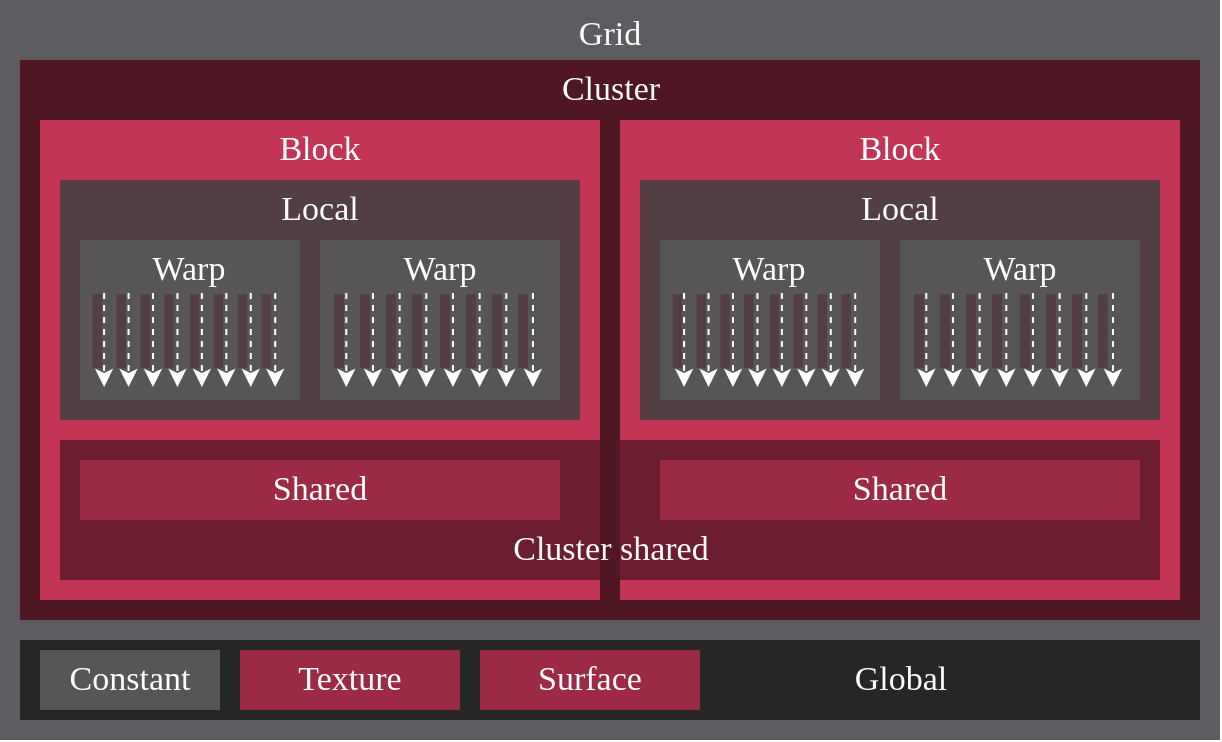
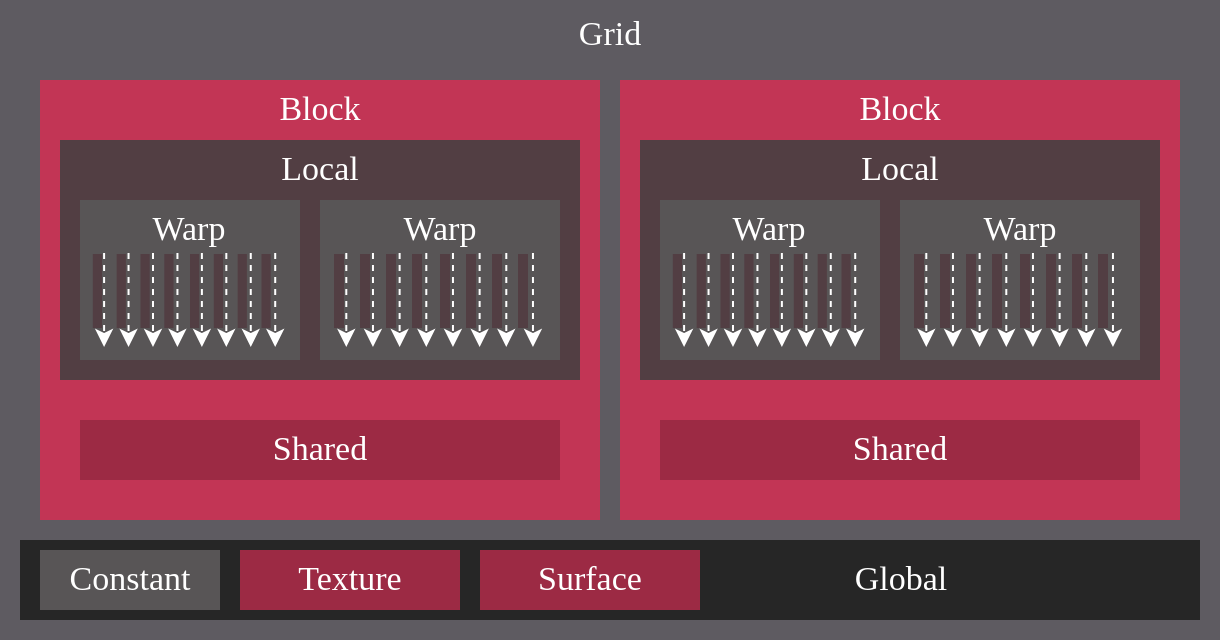
<mxfile host="65bd71144e">
    <diagram id="zBbb_w2fufU70cdOGtND" name="1 oldal">
-         <mxGraphModel dx="2445" dy="776" grid="1" gridSize="10" guides="1" tooltips="1" connect="1" arrows="1" fold="1" page="0" pageScale="1" pageWidth="660" pageHeight="610" background="none" math="0" shadow="0">
+         <mxGraphModel dx="755" dy="996" grid="1" gridSize="10" guides="1" tooltips="1" connect="1" arrows="1" fold="1" page="0" pageScale="1" pageWidth="660" pageHeight="610" background="none" math="0" shadow="0">
            <root>
                <mxCell id="0"/>
                <mxCell id="1" parent="0"/>
                <mxCell id="5927" value="" style="rounded=0;whiteSpace=wrap;html=1;fillColor=#5E5B61;fontColor=#FFFFFF;strokeColor=none;spacing=0;" parent="1" vertex="1">
-                     <mxGeometry width="610" height="370" as="geometry"/>
+                     <mxGeometry y="20" width="610" height="320" as="geometry"/>
                </mxCell>
                <mxCell id="5928" value="Grid" style="text;strokeColor=none;fillColor=none;align=center;verticalAlign=middle;rounded=0;fontFamily=klavika;fontSize=17;fontColor=#FFFFFF;" parent="1" vertex="1">
-                     <mxGeometry x="275" width="60" height="30" as="geometry"/>
-                 </mxCell>
-                 <mxCell id="5925" value="" style="rounded=0;whiteSpace=wrap;html=1;fillColor=#4F1623;fontColor=#FFFFFF;strokeColor=none;" parent="1" vertex="1">
-                     <mxGeometry x="10" y="30" width="590" height="280" as="geometry"/>
+                     <mxGeometry x="275" y="20" width="60" height="30" as="geometry"/>
                </mxCell>
                <mxCell id="5879" value="" style="rounded=0;whiteSpace=wrap;html=1;fillColor=#C23555;fontColor=#FFFFFF;strokeColor=none;" parent="1" vertex="1">
-                     <mxGeometry x="310" y="60" width="280" height="240" as="geometry"/>
+                     <mxGeometry x="310" y="60" width="280" height="220" as="geometry"/>
                </mxCell>
                <mxCell id="5835" value="" style="rounded=0;whiteSpace=wrap;html=1;fillColor=#C23555;fontColor=#FFFFFF;strokeColor=none;" parent="1" vertex="1">
-                     <mxGeometry x="20" y="60" width="280" height="240" as="geometry"/>
+                     <mxGeometry x="20" y="60" width="280" height="220" as="geometry"/>
                </mxCell>
                <mxCell id="5836" value="&lt;font face=&quot;Klavika&quot; style=&quot;font-size: 17px;&quot;&gt;Block&lt;/font&gt;" style="text;html=1;strokeColor=none;fillColor=none;align=center;verticalAlign=middle;whiteSpace=wrap;rounded=0;fontSize=17;fontColor=#FFFFFF;" parent="1" vertex="1">
                    <mxGeometry x="130" y="60" width="60" height="30" as="geometry"/>
                </mxCell>
                <mxCell id="5837" value="" style="rounded=0;whiteSpace=wrap;html=1;fillColor=#523E43;fontColor=#FFFFFF;strokeColor=none;" parent="1" vertex="1">
                    <mxGeometry x="30" y="90" width="260" height="120" as="geometry"/>
                </mxCell>
                <mxCell id="5838" value="" style="group" parent="1" vertex="1" connectable="0">
                    <mxGeometry x="40" y="120" width="110" height="80" as="geometry"/>
                </mxCell>
                <mxCell id="5839" value="&lt;span style=&quot;color: rgba(0, 0, 0, 0); font-family: monospace; font-size: 0px; text-align: start;&quot;&gt;%3CmxGraphModel%3E%3Croot%3E%3CmxCell%20id%3D%220%22%2F%3E%3CmxCell%20id%3D%221%22%20parent%3D%220%22%2F%3E%3CmxCell%20id%3D%222%22%20value%3D%22%26lt%3Bfont%20face%3D%26quot%3BKlavika%26quot%3B%20style%3D%26quot%3Bfont-size%3A%2017px%3B%26quot%3B%26gt%3BCluster%20shared%26lt%3B%2Ffont%26gt%3B%22%20style%3D%22text%3Bhtml%3D1%3BstrokeColor%3Dnone%3BfillColor%3Dnone%3Balign%3Dcenter%3BverticalAlign%3Dmiddle%3BwhiteSpace%3Dwrap%3Brounded%3D0%3BfontSize%3D17%3BfontColor%3D%23FFFFFF%3B%22%20vertex%3D%221%22%20parent%3D%221%22%3E%3CmxGeometry%20x%3D%221007.5%22%20y%3D%22150%22%20width%3D%22115%22%20height%3D%2230%22%20as%3D%22geometry%22%2F%3E%3C%2FmxCell%3E%3C%2Froot%3E%3C%2FmxGraphModel%3E&lt;/span&gt;" style="rounded=0;whiteSpace=wrap;html=1;fillColor=#585556;fontColor=#FFFFFF;strokeColor=none;container=0;" parent="5838" vertex="1">
                    <mxGeometry width="110" height="80" as="geometry"/>
                </mxCell>
                <mxCell id="5840" value="Warp" style="text;html=1;strokeColor=none;fillColor=none;align=center;verticalAlign=middle;whiteSpace=wrap;rounded=0;fontFamily=Klavika;fontSize=17;fontColor=#FFFFFF;container=0;" parent="5838" vertex="1">
                    <mxGeometry x="18.333333333333332" width="73.33333333333333" height="30" as="geometry"/>
                </mxCell>
                <mxCell id="5841" value="" style="endArrow=classic;html=1;dashed=1;strokeColor=#FFFFFF;fontColor=#FFFFFF;" parent="5838" edge="1">
                    <mxGeometry width="50" height="50" relative="1" as="geometry">
                        <mxPoint x="12.051111111111092" y="26.5" as="sourcePoint"/>
                        <mxPoint x="12.051111111111092" y="73.5" as="targetPoint"/>
                    </mxGeometry>
                </mxCell>
                <mxCell id="5842" value="" style="endArrow=classic;html=1;dashed=1;strokeColor=#FFFFFF;fontColor=#FFFFFF;" parent="5838" edge="1">
                    <mxGeometry width="50" height="50" relative="1" as="geometry">
                        <mxPoint x="24.273333333333454" y="26.5" as="sourcePoint"/>
                        <mxPoint x="24.273333333333454" y="73.5" as="targetPoint"/>
                    </mxGeometry>
                </mxCell>
                <mxCell id="5843" value="" style="endArrow=classic;html=1;dashed=1;strokeColor=#FFFFFF;fontColor=#FFFFFF;" parent="5838" edge="1">
                    <mxGeometry width="50" height="50" relative="1" as="geometry">
                        <mxPoint x="36.4955555555555" y="26.500000000000057" as="sourcePoint"/>
                        <mxPoint x="36.4955555555555" y="73.5" as="targetPoint"/>
                    </mxGeometry>
                </mxCell>
                <mxCell id="5844" value="" style="endArrow=classic;html=1;dashed=1;strokeColor=#FFFFFF;fontColor=#FFFFFF;" parent="5838" edge="1">
                    <mxGeometry width="50" height="50" relative="1" as="geometry">
                        <mxPoint x="48.71777777777786" y="26.500000000000057" as="sourcePoint"/>
                        <mxPoint x="48.71777777777786" y="73.5" as="targetPoint"/>
                    </mxGeometry>
                </mxCell>
                <mxCell id="5845" value="" style="endArrow=classic;html=1;dashed=1;strokeColor=#FFFFFF;fontColor=#FFFFFF;" parent="5838" edge="1">
                    <mxGeometry width="50" height="50" relative="1" as="geometry">
                        <mxPoint x="60.94000000000001" y="26.500000000000057" as="sourcePoint"/>
                        <mxPoint x="60.94000000000001" y="73.5" as="targetPoint"/>
                    </mxGeometry>
                </mxCell>
                <mxCell id="5846" value="" style="endArrow=classic;html=1;dashed=1;strokeColor=#FFFFFF;fontColor=#FFFFFF;" parent="5838" edge="1">
                    <mxGeometry width="50" height="50" relative="1" as="geometry">
                        <mxPoint x="73.16222222222237" y="26.500000000000057" as="sourcePoint"/>
                        <mxPoint x="73.16222222222237" y="73.5" as="targetPoint"/>
                    </mxGeometry>
                </mxCell>
                <mxCell id="5847" value="" style="endArrow=classic;html=1;dashed=1;strokeColor=#FFFFFF;fontColor=#FFFFFF;" parent="5838" edge="1">
                    <mxGeometry width="50" height="50" relative="1" as="geometry">
                        <mxPoint x="85.38444444444443" y="26.500000000000057" as="sourcePoint"/>
                        <mxPoint x="85.38444444444443" y="73.5" as="targetPoint"/>
                    </mxGeometry>
                </mxCell>
                <mxCell id="5848" value="" style="endArrow=classic;html=1;dashed=1;strokeColor=#FFFFFF;fontColor=#FFFFFF;" parent="5838" edge="1">
                    <mxGeometry width="50" height="50" relative="1" as="geometry">
                        <mxPoint x="97.60666666666678" y="26.500000000000057" as="sourcePoint"/>
                        <mxPoint x="97.60666666666678" y="73.5" as="targetPoint"/>
                    </mxGeometry>
                </mxCell>
                <mxCell id="5849" value="" style="rounded=0;whiteSpace=wrap;html=1;strokeColor=none;fillColor=#523E43;" parent="5838" vertex="1">
                    <mxGeometry x="6.416666666666666" y="27" width="4.583333333333333" height="37" as="geometry"/>
                </mxCell>
                <mxCell id="5850" value="" style="rounded=0;whiteSpace=wrap;html=1;strokeColor=none;fillColor=#523E43;" parent="5838" vertex="1">
                    <mxGeometry x="18.333333333333332" y="27" width="4.583333333333333" height="37" as="geometry"/>
                </mxCell>
                <mxCell id="5851" value="" style="rounded=0;whiteSpace=wrap;html=1;strokeColor=none;fillColor=#523E43;" parent="5838" vertex="1">
                    <mxGeometry x="30.25" y="27" width="4.583333333333333" height="37" as="geometry"/>
                </mxCell>
                <mxCell id="5852" value="" style="rounded=0;whiteSpace=wrap;html=1;strokeColor=none;fillColor=#523E43;" parent="5838" vertex="1">
                    <mxGeometry x="42.166666666666664" y="27" width="4.583333333333333" height="37" as="geometry"/>
                </mxCell>
                <mxCell id="5853" value="" style="rounded=0;whiteSpace=wrap;html=1;strokeColor=none;fillColor=#523E43;" parent="5838" vertex="1">
                    <mxGeometry x="55" y="27" width="4.583333333333333" height="37" as="geometry"/>
                </mxCell>
                <mxCell id="5854" value="" style="rounded=0;whiteSpace=wrap;html=1;strokeColor=none;fillColor=#523E43;" parent="5838" vertex="1">
                    <mxGeometry x="66.91666666666666" y="27" width="4.583333333333333" height="37" as="geometry"/>
                </mxCell>
                <mxCell id="5855" value="" style="rounded=0;whiteSpace=wrap;html=1;strokeColor=none;fillColor=#523E43;" parent="5838" vertex="1">
                    <mxGeometry x="78.83333333333333" y="27" width="4.583333333333333" height="37" as="geometry"/>
                </mxCell>
                <mxCell id="5856" value="" style="rounded=0;whiteSpace=wrap;html=1;strokeColor=none;fillColor=#523E43;" parent="5838" vertex="1">
                    <mxGeometry x="90.75" y="27" width="4.583333333333333" height="37" as="geometry"/>
                </mxCell>
                <mxCell id="5857" value="" style="group" parent="1" vertex="1" connectable="0">
                    <mxGeometry x="160" y="120" width="120" height="80" as="geometry"/>
                </mxCell>
                <mxCell id="5858" value="" style="rounded=0;whiteSpace=wrap;html=1;fillColor=#585556;fontColor=#FFFFFF;strokeColor=none;container=0;" parent="5857" vertex="1">
                    <mxGeometry width="120" height="80" as="geometry"/>
                </mxCell>
                <mxCell id="5859" value="Warp" style="text;html=1;strokeColor=none;fillColor=none;align=center;verticalAlign=middle;whiteSpace=wrap;rounded=0;fontFamily=Klavika;fontSize=17;fontColor=#FFFFFF;container=0;" parent="5857" vertex="1">
                    <mxGeometry x="20" width="80" height="30" as="geometry"/>
                </mxCell>
                <mxCell id="5860" value="" style="endArrow=classic;html=1;dashed=1;strokeColor=#FFFFFF;fontColor=#FFFFFF;" parent="5857" edge="1">
                    <mxGeometry width="50" height="50" relative="1" as="geometry">
                        <mxPoint x="13.146666666666647" y="26.5" as="sourcePoint"/>
                        <mxPoint x="13.146666666666647" y="73.5" as="targetPoint"/>
                    </mxGeometry>
                </mxCell>
                <mxCell id="5861" value="" style="endArrow=classic;html=1;dashed=1;strokeColor=#FFFFFF;fontColor=#FFFFFF;" parent="5857" edge="1">
                    <mxGeometry width="50" height="50" relative="1" as="geometry">
                        <mxPoint x="26.480000000000132" y="26.5" as="sourcePoint"/>
                        <mxPoint x="26.480000000000132" y="73.5" as="targetPoint"/>
                    </mxGeometry>
                </mxCell>
                <mxCell id="5862" value="" style="endArrow=classic;html=1;dashed=1;strokeColor=#FFFFFF;fontColor=#FFFFFF;" parent="5857" edge="1">
                    <mxGeometry width="50" height="50" relative="1" as="geometry">
                        <mxPoint x="39.813333333333276" y="26.500000000000057" as="sourcePoint"/>
                        <mxPoint x="39.813333333333276" y="73.5" as="targetPoint"/>
                    </mxGeometry>
                </mxCell>
                <mxCell id="5863" value="" style="endArrow=classic;html=1;dashed=1;strokeColor=#FFFFFF;fontColor=#FFFFFF;" parent="5857" edge="1">
                    <mxGeometry width="50" height="50" relative="1" as="geometry">
                        <mxPoint x="53.14666666666676" y="26.500000000000057" as="sourcePoint"/>
                        <mxPoint x="53.14666666666676" y="73.5" as="targetPoint"/>
                    </mxGeometry>
                </mxCell>
                <mxCell id="5864" value="" style="endArrow=classic;html=1;dashed=1;strokeColor=#FFFFFF;fontColor=#FFFFFF;" parent="5857" edge="1">
                    <mxGeometry width="50" height="50" relative="1" as="geometry">
                        <mxPoint x="66.48000000000002" y="26.500000000000057" as="sourcePoint"/>
                        <mxPoint x="66.48000000000002" y="73.5" as="targetPoint"/>
                    </mxGeometry>
                </mxCell>
                <mxCell id="5865" value="" style="endArrow=classic;html=1;dashed=1;strokeColor=#FFFFFF;fontColor=#FFFFFF;" parent="5857" edge="1">
                    <mxGeometry width="50" height="50" relative="1" as="geometry">
                        <mxPoint x="79.8133333333335" y="26.500000000000057" as="sourcePoint"/>
                        <mxPoint x="79.8133333333335" y="73.5" as="targetPoint"/>
                    </mxGeometry>
                </mxCell>
                <mxCell id="5866" value="" style="endArrow=classic;html=1;dashed=1;strokeColor=#FFFFFF;fontColor=#FFFFFF;" parent="5857" edge="1">
                    <mxGeometry width="50" height="50" relative="1" as="geometry">
                        <mxPoint x="93.14666666666665" y="26.500000000000057" as="sourcePoint"/>
                        <mxPoint x="93.14666666666665" y="73.5" as="targetPoint"/>
                    </mxGeometry>
                </mxCell>
                <mxCell id="5867" value="" style="endArrow=classic;html=1;dashed=1;strokeColor=#FFFFFF;fontColor=#FFFFFF;" parent="5857" edge="1">
                    <mxGeometry width="50" height="50" relative="1" as="geometry">
                        <mxPoint x="106.48000000000013" y="26.500000000000057" as="sourcePoint"/>
                        <mxPoint x="106.48000000000013" y="73.5" as="targetPoint"/>
                    </mxGeometry>
                </mxCell>
                <mxCell id="5868" value="" style="rounded=0;whiteSpace=wrap;html=1;strokeColor=none;fillColor=#523E43;" parent="5857" vertex="1">
                    <mxGeometry x="7" y="27" width="5" height="37" as="geometry"/>
                </mxCell>
                <mxCell id="5869" value="" style="rounded=0;whiteSpace=wrap;html=1;strokeColor=none;fillColor=#523E43;" parent="5857" vertex="1">
                    <mxGeometry x="20" y="27" width="5" height="37" as="geometry"/>
                </mxCell>
                <mxCell id="5870" value="" style="rounded=0;whiteSpace=wrap;html=1;strokeColor=none;fillColor=#523E43;" parent="5857" vertex="1">
                    <mxGeometry x="33" y="27" width="5" height="37" as="geometry"/>
                </mxCell>
                <mxCell id="5871" value="" style="rounded=0;whiteSpace=wrap;html=1;strokeColor=none;fillColor=#523E43;" parent="5857" vertex="1">
                    <mxGeometry x="46" y="27" width="5" height="37" as="geometry"/>
                </mxCell>
                <mxCell id="5872" value="" style="rounded=0;whiteSpace=wrap;html=1;strokeColor=none;fillColor=#523E43;" parent="5857" vertex="1">
                    <mxGeometry x="60" y="27" width="5" height="37" as="geometry"/>
                </mxCell>
                <mxCell id="5873" value="" style="rounded=0;whiteSpace=wrap;html=1;strokeColor=none;fillColor=#523E43;" parent="5857" vertex="1">
                    <mxGeometry x="73" y="27" width="5" height="37" as="geometry"/>
                </mxCell>
                <mxCell id="5874" value="" style="rounded=0;whiteSpace=wrap;html=1;strokeColor=none;fillColor=#523E43;" parent="5857" vertex="1">
                    <mxGeometry x="86" y="27" width="5" height="37" as="geometry"/>
                </mxCell>
                <mxCell id="5875" value="" style="rounded=0;whiteSpace=wrap;html=1;strokeColor=none;fillColor=#523E43;" parent="5857" vertex="1">
                    <mxGeometry x="99" y="27" width="5" height="37" as="geometry"/>
                </mxCell>
                <mxCell id="5878" value="Local" style="text;html=1;strokeColor=none;fillColor=none;align=center;verticalAlign=middle;whiteSpace=wrap;rounded=0;fontFamily=Klavika;fontSize=17;fontColor=#FFFFFF;container=0;" parent="1" vertex="1">
                    <mxGeometry x="120" y="90" width="80" height="30" as="geometry"/>
                </mxCell>
-                 <mxCell id="5692" value="" style="rounded=0;whiteSpace=wrap;html=1;fillColor=#4F1623;fontColor=#FFFFFF;strokeColor=none;opacity=75;" parent="1" vertex="1">
-                     <mxGeometry x="30" y="220" width="550" height="70" as="geometry"/>
-                 </mxCell>
-                 <mxCell id="5693" value="&lt;font face=&quot;Klavika&quot; style=&quot;font-size: 17px;&quot;&gt;Cluster shared&lt;/font&gt;" style="text;html=1;strokeColor=none;fillColor=none;align=center;verticalAlign=middle;whiteSpace=wrap;rounded=0;fontSize=17;fontColor=#FFFFFF;" parent="1" vertex="1">
-                     <mxGeometry x="247.5" y="260" width="115" height="30" as="geometry"/>
-                 </mxCell>
                <mxCell id="5876" value="" style="rounded=0;whiteSpace=wrap;html=1;fillColor=#9C2A44;fontColor=#FFFFFF;strokeColor=none;" parent="1" vertex="1">
                    <mxGeometry x="40" y="230" width="240" height="30" as="geometry"/>
                </mxCell>
                <mxCell id="5877" value="&lt;font face=&quot;Klavika&quot; style=&quot;font-size: 17px;&quot;&gt;Shared&lt;/font&gt;" style="text;html=1;strokeColor=none;fillColor=none;align=center;verticalAlign=middle;whiteSpace=wrap;rounded=0;fontSize=17;fontColor=#FFFFFF;" parent="1" vertex="1">
                    <mxGeometry x="130" y="230" width="60" height="30" as="geometry"/>
                </mxCell>
                <mxCell id="5880" value="&lt;font face=&quot;Klavika&quot; style=&quot;font-size: 17px;&quot;&gt;Block&lt;/font&gt;" style="text;html=1;strokeColor=none;fillColor=none;align=center;verticalAlign=middle;whiteSpace=wrap;rounded=0;fontSize=17;fontColor=#FFFFFF;" parent="1" vertex="1">
                    <mxGeometry x="420" y="60" width="60" height="30" as="geometry"/>
                </mxCell>
                <mxCell id="5881" value="" style="rounded=0;whiteSpace=wrap;html=1;fillColor=#523E43;fontColor=#FFFFFF;strokeColor=none;" parent="1" vertex="1">
                    <mxGeometry x="320" y="90" width="260" height="120" as="geometry"/>
                </mxCell>
                <mxCell id="5882" value="" style="group" parent="1" vertex="1" connectable="0">
                    <mxGeometry x="330" y="120" width="110" height="80" as="geometry"/>
                </mxCell>
                <mxCell id="5883" value="" style="rounded=0;whiteSpace=wrap;html=1;fillColor=#585556;fontColor=#FFFFFF;strokeColor=none;container=0;" parent="5882" vertex="1">
                    <mxGeometry width="110" height="80" as="geometry"/>
                </mxCell>
                <mxCell id="5884" value="Warp" style="text;html=1;strokeColor=none;fillColor=none;align=center;verticalAlign=middle;whiteSpace=wrap;rounded=0;fontFamily=Klavika;fontSize=17;fontColor=#FFFFFF;container=0;" parent="5882" vertex="1">
                    <mxGeometry x="18.333333333333332" width="73.33333333333333" height="30" as="geometry"/>
                </mxCell>
                <mxCell id="5885" value="" style="endArrow=classic;html=1;dashed=1;strokeColor=#FFFFFF;fontColor=#FFFFFF;" parent="5882" edge="1">
                    <mxGeometry width="50" height="50" relative="1" as="geometry">
                        <mxPoint x="12.051111111111092" y="26.5" as="sourcePoint"/>
                        <mxPoint x="12.051111111111092" y="73.5" as="targetPoint"/>
                    </mxGeometry>
                </mxCell>
                <mxCell id="5886" value="" style="endArrow=classic;html=1;dashed=1;strokeColor=#FFFFFF;fontColor=#FFFFFF;" parent="5882" edge="1">
                    <mxGeometry width="50" height="50" relative="1" as="geometry">
                        <mxPoint x="24.273333333333454" y="26.5" as="sourcePoint"/>
                        <mxPoint x="24.273333333333454" y="73.5" as="targetPoint"/>
                    </mxGeometry>
                </mxCell>
                <mxCell id="5887" value="" style="endArrow=classic;html=1;dashed=1;strokeColor=#FFFFFF;fontColor=#FFFFFF;" parent="5882" edge="1">
                    <mxGeometry width="50" height="50" relative="1" as="geometry">
                        <mxPoint x="36.4955555555555" y="26.500000000000057" as="sourcePoint"/>
                        <mxPoint x="36.4955555555555" y="73.5" as="targetPoint"/>
                    </mxGeometry>
                </mxCell>
                <mxCell id="5888" value="" style="endArrow=classic;html=1;dashed=1;strokeColor=#FFFFFF;fontColor=#FFFFFF;" parent="5882" edge="1">
                    <mxGeometry width="50" height="50" relative="1" as="geometry">
                        <mxPoint x="48.71777777777786" y="26.500000000000057" as="sourcePoint"/>
                        <mxPoint x="48.71777777777786" y="73.5" as="targetPoint"/>
                    </mxGeometry>
                </mxCell>
                <mxCell id="5889" value="" style="endArrow=classic;html=1;dashed=1;strokeColor=#FFFFFF;fontColor=#FFFFFF;" parent="5882" edge="1">
                    <mxGeometry width="50" height="50" relative="1" as="geometry">
                        <mxPoint x="60.94000000000001" y="26.500000000000057" as="sourcePoint"/>
                        <mxPoint x="60.94000000000001" y="73.5" as="targetPoint"/>
                    </mxGeometry>
                </mxCell>
                <mxCell id="5890" value="" style="endArrow=classic;html=1;dashed=1;strokeColor=#FFFFFF;fontColor=#FFFFFF;" parent="5882" edge="1">
                    <mxGeometry width="50" height="50" relative="1" as="geometry">
                        <mxPoint x="73.16222222222237" y="26.500000000000057" as="sourcePoint"/>
                        <mxPoint x="73.16222222222237" y="73.5" as="targetPoint"/>
                    </mxGeometry>
                </mxCell>
                <mxCell id="5891" value="" style="endArrow=classic;html=1;dashed=1;strokeColor=#FFFFFF;fontColor=#FFFFFF;" parent="5882" edge="1">
                    <mxGeometry width="50" height="50" relative="1" as="geometry">
                        <mxPoint x="85.38444444444443" y="26.500000000000057" as="sourcePoint"/>
                        <mxPoint x="85.38444444444443" y="73.5" as="targetPoint"/>
                    </mxGeometry>
                </mxCell>
                <mxCell id="5892" value="" style="endArrow=classic;html=1;dashed=1;strokeColor=#FFFFFF;fontColor=#FFFFFF;" parent="5882" edge="1">
                    <mxGeometry width="50" height="50" relative="1" as="geometry">
                        <mxPoint x="97.60666666666678" y="26.500000000000057" as="sourcePoint"/>
                        <mxPoint x="97.60666666666678" y="73.5" as="targetPoint"/>
                    </mxGeometry>
                </mxCell>
                <mxCell id="5893" value="" style="rounded=0;whiteSpace=wrap;html=1;strokeColor=none;fillColor=#523E43;" parent="5882" vertex="1">
                    <mxGeometry x="6.416666666666666" y="27" width="4.583333333333333" height="37" as="geometry"/>
                </mxCell>
                <mxCell id="5894" value="" style="rounded=0;whiteSpace=wrap;html=1;strokeColor=none;fillColor=#523E43;" parent="5882" vertex="1">
                    <mxGeometry x="18.333333333333332" y="27" width="4.583333333333333" height="37" as="geometry"/>
                </mxCell>
                <mxCell id="5895" value="" style="rounded=0;whiteSpace=wrap;html=1;strokeColor=none;fillColor=#523E43;" parent="5882" vertex="1">
                    <mxGeometry x="30.25" y="27" width="4.583333333333333" height="37" as="geometry"/>
                </mxCell>
                <mxCell id="5896" value="" style="rounded=0;whiteSpace=wrap;html=1;strokeColor=none;fillColor=#523E43;" parent="5882" vertex="1">
                    <mxGeometry x="42.166666666666664" y="27" width="4.583333333333333" height="37" as="geometry"/>
                </mxCell>
                <mxCell id="5897" value="" style="rounded=0;whiteSpace=wrap;html=1;strokeColor=none;fillColor=#523E43;" parent="5882" vertex="1">
                    <mxGeometry x="55" y="27" width="4.583333333333333" height="37" as="geometry"/>
                </mxCell>
                <mxCell id="5898" value="" style="rounded=0;whiteSpace=wrap;html=1;strokeColor=none;fillColor=#523E43;" parent="5882" vertex="1">
                    <mxGeometry x="66.91666666666666" y="27" width="4.583333333333333" height="37" as="geometry"/>
                </mxCell>
                <mxCell id="5899" value="" style="rounded=0;whiteSpace=wrap;html=1;strokeColor=none;fillColor=#523E43;" parent="5882" vertex="1">
                    <mxGeometry x="78.83333333333333" y="27" width="4.583333333333333" height="37" as="geometry"/>
                </mxCell>
                <mxCell id="5900" value="" style="rounded=0;whiteSpace=wrap;html=1;strokeColor=none;fillColor=#523E43;" parent="5882" vertex="1">
                    <mxGeometry x="90.75" y="27" width="4.583333333333333" height="37" as="geometry"/>
                </mxCell>
                <mxCell id="5901" value="" style="group" parent="1" vertex="1" connectable="0">
                    <mxGeometry x="450" y="120" width="120" height="80" as="geometry"/>
                </mxCell>
                <mxCell id="5902" value="" style="rounded=0;whiteSpace=wrap;html=1;fillColor=#585556;fontColor=#FFFFFF;strokeColor=none;container=0;" parent="5901" vertex="1">
                    <mxGeometry width="120" height="80" as="geometry"/>
                </mxCell>
                <mxCell id="5903" value="Warp" style="text;html=1;strokeColor=none;fillColor=none;align=center;verticalAlign=middle;whiteSpace=wrap;rounded=0;fontFamily=Klavika;fontSize=17;fontColor=#FFFFFF;container=0;" parent="5901" vertex="1">
                    <mxGeometry x="20" width="80" height="30" as="geometry"/>
                </mxCell>
                <mxCell id="5904" value="" style="endArrow=classic;html=1;dashed=1;strokeColor=#FFFFFF;fontColor=#FFFFFF;" parent="5901" edge="1">
                    <mxGeometry width="50" height="50" relative="1" as="geometry">
                        <mxPoint x="13.146666666666647" y="26.5" as="sourcePoint"/>
                        <mxPoint x="13.146666666666647" y="73.5" as="targetPoint"/>
                    </mxGeometry>
                </mxCell>
                <mxCell id="5905" value="" style="endArrow=classic;html=1;dashed=1;strokeColor=#FFFFFF;fontColor=#FFFFFF;" parent="5901" edge="1">
                    <mxGeometry width="50" height="50" relative="1" as="geometry">
                        <mxPoint x="26.480000000000132" y="26.5" as="sourcePoint"/>
                        <mxPoint x="26.480000000000132" y="73.5" as="targetPoint"/>
                    </mxGeometry>
                </mxCell>
                <mxCell id="5906" value="" style="endArrow=classic;html=1;dashed=1;strokeColor=#FFFFFF;fontColor=#FFFFFF;" parent="5901" edge="1">
                    <mxGeometry width="50" height="50" relative="1" as="geometry">
                        <mxPoint x="39.813333333333276" y="26.500000000000057" as="sourcePoint"/>
                        <mxPoint x="39.813333333333276" y="73.5" as="targetPoint"/>
                    </mxGeometry>
                </mxCell>
                <mxCell id="5907" value="" style="endArrow=classic;html=1;dashed=1;strokeColor=#FFFFFF;fontColor=#FFFFFF;" parent="5901" edge="1">
                    <mxGeometry width="50" height="50" relative="1" as="geometry">
                        <mxPoint x="53.14666666666676" y="26.500000000000057" as="sourcePoint"/>
                        <mxPoint x="53.14666666666676" y="73.5" as="targetPoint"/>
                    </mxGeometry>
                </mxCell>
                <mxCell id="5908" value="" style="endArrow=classic;html=1;dashed=1;strokeColor=#FFFFFF;fontColor=#FFFFFF;" parent="5901" edge="1">
                    <mxGeometry width="50" height="50" relative="1" as="geometry">
                        <mxPoint x="66.48000000000002" y="26.500000000000057" as="sourcePoint"/>
                        <mxPoint x="66.48000000000002" y="73.5" as="targetPoint"/>
                    </mxGeometry>
                </mxCell>
                <mxCell id="5909" value="" style="endArrow=classic;html=1;dashed=1;strokeColor=#FFFFFF;fontColor=#FFFFFF;" parent="5901" edge="1">
                    <mxGeometry width="50" height="50" relative="1" as="geometry">
                        <mxPoint x="79.8133333333335" y="26.500000000000057" as="sourcePoint"/>
                        <mxPoint x="79.8133333333335" y="73.5" as="targetPoint"/>
                    </mxGeometry>
                </mxCell>
                <mxCell id="5910" value="" style="endArrow=classic;html=1;dashed=1;strokeColor=#FFFFFF;fontColor=#FFFFFF;" parent="5901" edge="1">
                    <mxGeometry width="50" height="50" relative="1" as="geometry">
                        <mxPoint x="93.14666666666665" y="26.500000000000057" as="sourcePoint"/>
                        <mxPoint x="93.14666666666665" y="73.5" as="targetPoint"/>
                    </mxGeometry>
                </mxCell>
                <mxCell id="5911" value="" style="endArrow=classic;html=1;dashed=1;strokeColor=#FFFFFF;fontColor=#FFFFFF;" parent="5901" edge="1">
                    <mxGeometry width="50" height="50" relative="1" as="geometry">
                        <mxPoint x="106.48000000000013" y="26.500000000000057" as="sourcePoint"/>
                        <mxPoint x="106.48000000000013" y="73.5" as="targetPoint"/>
                    </mxGeometry>
                </mxCell>
                <mxCell id="5912" value="" style="rounded=0;whiteSpace=wrap;html=1;strokeColor=none;fillColor=#523E43;" parent="5901" vertex="1">
                    <mxGeometry x="7" y="27" width="5" height="37" as="geometry"/>
                </mxCell>
                <mxCell id="5913" value="" style="rounded=0;whiteSpace=wrap;html=1;strokeColor=none;fillColor=#523E43;" parent="5901" vertex="1">
                    <mxGeometry x="20" y="27" width="5" height="37" as="geometry"/>
                </mxCell>
                <mxCell id="5914" value="" style="rounded=0;whiteSpace=wrap;html=1;strokeColor=none;fillColor=#523E43;" parent="5901" vertex="1">
                    <mxGeometry x="33" y="27" width="5" height="37" as="geometry"/>
                </mxCell>
                <mxCell id="5915" value="" style="rounded=0;whiteSpace=wrap;html=1;strokeColor=none;fillColor=#523E43;" parent="5901" vertex="1">
                    <mxGeometry x="46" y="27" width="5" height="37" as="geometry"/>
                </mxCell>
                <mxCell id="5916" value="" style="rounded=0;whiteSpace=wrap;html=1;strokeColor=none;fillColor=#523E43;" parent="5901" vertex="1">
                    <mxGeometry x="60" y="27" width="5" height="37" as="geometry"/>
                </mxCell>
                <mxCell id="5917" value="" style="rounded=0;whiteSpace=wrap;html=1;strokeColor=none;fillColor=#523E43;" parent="5901" vertex="1">
                    <mxGeometry x="73" y="27" width="5" height="37" as="geometry"/>
                </mxCell>
                <mxCell id="5918" value="" style="rounded=0;whiteSpace=wrap;html=1;strokeColor=none;fillColor=#523E43;" parent="5901" vertex="1">
                    <mxGeometry x="86" y="27" width="5" height="37" as="geometry"/>
                </mxCell>
                <mxCell id="5919" value="" style="rounded=0;whiteSpace=wrap;html=1;strokeColor=none;fillColor=#523E43;" parent="5901" vertex="1">
                    <mxGeometry x="99" y="27" width="5" height="37" as="geometry"/>
                </mxCell>
                <mxCell id="5920" value="Local" style="text;html=1;strokeColor=none;fillColor=none;align=center;verticalAlign=middle;whiteSpace=wrap;rounded=0;fontFamily=Klavika;fontSize=17;fontColor=#FFFFFF;container=0;" parent="1" vertex="1">
                    <mxGeometry x="410" y="90" width="80" height="30" as="geometry"/>
                </mxCell>
                <mxCell id="5923" value="" style="rounded=0;whiteSpace=wrap;html=1;fillColor=#9C2A44;fontColor=#FFFFFF;strokeColor=none;" parent="1" vertex="1">
                    <mxGeometry x="330" y="230" width="240" height="30" as="geometry"/>
                </mxCell>
                <mxCell id="5924" value="&lt;font face=&quot;Klavika&quot; style=&quot;font-size: 17px;&quot;&gt;Shared&lt;/font&gt;" style="text;html=1;strokeColor=none;fillColor=none;align=center;verticalAlign=middle;whiteSpace=wrap;rounded=0;fontSize=17;fontColor=#FFFFFF;" parent="1" vertex="1">
                    <mxGeometry x="420" y="230" width="60" height="30" as="geometry"/>
                </mxCell>
-                 <mxCell id="5926" value="&lt;font face=&quot;Klavika&quot; style=&quot;font-size: 17px;&quot;&gt;Cluster&lt;/font&gt;" style="text;html=1;strokeColor=none;fillColor=none;align=center;verticalAlign=middle;whiteSpace=wrap;rounded=0;fontSize=17;fontColor=#FFFFFF;" parent="1" vertex="1">
-                     <mxGeometry x="273.75" y="30" width="62.5" height="30" as="geometry"/>
-                 </mxCell>
                <mxCell id="5930" value="" style="rounded=0;whiteSpace=wrap;html=1;fillColor=#262626;fontColor=#FFFFFF;strokeColor=none;" parent="1" vertex="1">
-                     <mxGeometry x="10" y="320" width="590" height="40" as="geometry"/>
+                     <mxGeometry x="10" y="290" width="590" height="40" as="geometry"/>
                </mxCell>
                <mxCell id="5940" value="&lt;font face=&quot;Klavika&quot; style=&quot;font-size: 17px;&quot;&gt;Global&lt;/font&gt;" style="text;html=1;strokeColor=none;fillColor=none;align=center;verticalAlign=middle;whiteSpace=wrap;rounded=0;fontSize=17;fontColor=#FFFFFF;" parent="1" vertex="1">
-                     <mxGeometry x="392.5" y="325" width="115" height="30" as="geometry"/>
+                     <mxGeometry x="392.5" y="295" width="115" height="30" as="geometry"/>
                </mxCell>
                <mxCell id="5941" value="&lt;span style=&quot;color: rgba(0, 0, 0, 0); font-family: monospace; font-size: 0px; text-align: start;&quot;&gt;%3CmxGraphModel%3E%3Croot%3E%3CmxCell%20id%3D%220%22%2F%3E%3CmxCell%20id%3D%221%22%20parent%3D%220%22%2F%3E%3CmxCell%20id%3D%222%22%20value%3D%22%26lt%3Bfont%20face%3D%26quot%3BKlavika%26quot%3B%20style%3D%26quot%3Bfont-size%3A%2017px%3B%26quot%3B%26gt%3BCluster%20shared%26lt%3B%2Ffont%26gt%3B%22%20style%3D%22text%3Bhtml%3D1%3BstrokeColor%3Dnone%3BfillColor%3Dnone%3Balign%3Dcenter%3BverticalAlign%3Dmiddle%3BwhiteSpace%3Dwrap%3Brounded%3D0%3BfontSize%3D17%3BfontColor%3D%23FFFFFF%3B%22%20vertex%3D%221%22%20parent%3D%221%22%3E%3CmxGeometry%20x%3D%221007.5%22%20y%3D%22150%22%20width%3D%22115%22%20height%3D%2230%22%20as%3D%22geometry%22%2F%3E%3C%2FmxCell%3E%3C%2Froot%3E%3C%2FmxGraphModel%3E&lt;/span&gt;" style="rounded=0;whiteSpace=wrap;html=1;fillColor=#585556;fontColor=#FFFFFF;strokeColor=none;container=0;" parent="1" vertex="1">
-                     <mxGeometry x="20" y="325" width="90" height="30" as="geometry"/>
+                     <mxGeometry x="20" y="295" width="90" height="30" as="geometry"/>
                </mxCell>
                <mxCell id="5942" value="&lt;font face=&quot;Klavika&quot; style=&quot;font-size: 17px;&quot;&gt;Constant&lt;/font&gt;" style="text;html=1;strokeColor=none;fillColor=none;align=center;verticalAlign=middle;whiteSpace=wrap;rounded=0;fontSize=17;fontColor=#FFFFFF;" parent="1" vertex="1">
-                     <mxGeometry x="30" y="325" width="70" height="30" as="geometry"/>
+                     <mxGeometry x="30" y="295" width="70" height="30" as="geometry"/>
                </mxCell>
                <mxCell id="5943" value="" style="rounded=0;whiteSpace=wrap;html=1;fillColor=#9C2A44;fontColor=#FFFFFF;strokeColor=none;" parent="1" vertex="1">
-                     <mxGeometry x="120" y="325" width="110" height="30" as="geometry"/>
+                     <mxGeometry x="120" y="295" width="110" height="30" as="geometry"/>
                </mxCell>
                <mxCell id="5944" value="&lt;font face=&quot;Klavika&quot; style=&quot;font-size: 17px;&quot;&gt;Texture&lt;/font&gt;" style="text;html=1;strokeColor=none;fillColor=none;align=center;verticalAlign=middle;whiteSpace=wrap;rounded=0;fontSize=17;fontColor=#FFFFFF;" parent="1" vertex="1">
-                     <mxGeometry x="140" y="325" width="70" height="30" as="geometry"/>
+                     <mxGeometry x="140" y="295" width="70" height="30" as="geometry"/>
                </mxCell>
                <mxCell id="5945" value="" style="rounded=0;whiteSpace=wrap;html=1;fillColor=#9C2A44;fontColor=#FFFFFF;strokeColor=none;" parent="1" vertex="1">
-                     <mxGeometry x="240" y="325" width="110" height="30" as="geometry"/>
+                     <mxGeometry x="240" y="295" width="110" height="30" as="geometry"/>
                </mxCell>
                <mxCell id="5946" value="&lt;font face=&quot;Klavika&quot; style=&quot;font-size: 17px;&quot;&gt;Surface&lt;/font&gt;" style="text;html=1;strokeColor=none;fillColor=none;align=center;verticalAlign=middle;whiteSpace=wrap;rounded=0;fontSize=17;fontColor=#FFFFFF;" parent="1" vertex="1">
-                     <mxGeometry x="260" y="325" width="70" height="30" as="geometry"/>
+                     <mxGeometry x="260" y="295" width="70" height="30" as="geometry"/>
                </mxCell>
            </root>
        </mxGraphModel>
    </diagram>
</mxfile>